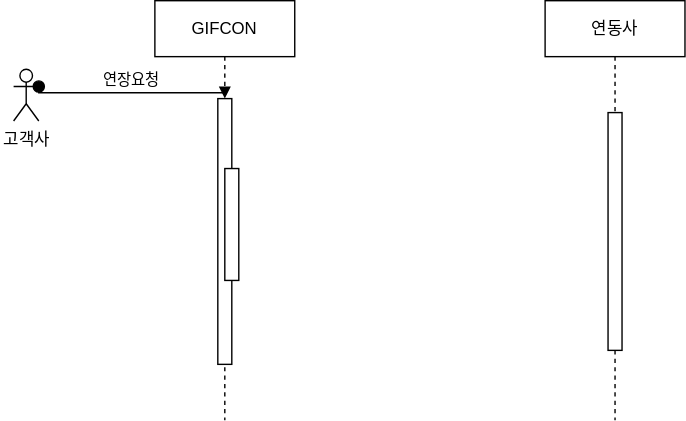
Earlier version of the draw.io export [중계]연장이력_시퀀스_다이어그램.drawio.svg (k3srpn/Architecture). Source tidied: cells renumbered, new cells last; positions are measured from the earlier drawing's top-left corner, leaving out a move shared by most shapes.
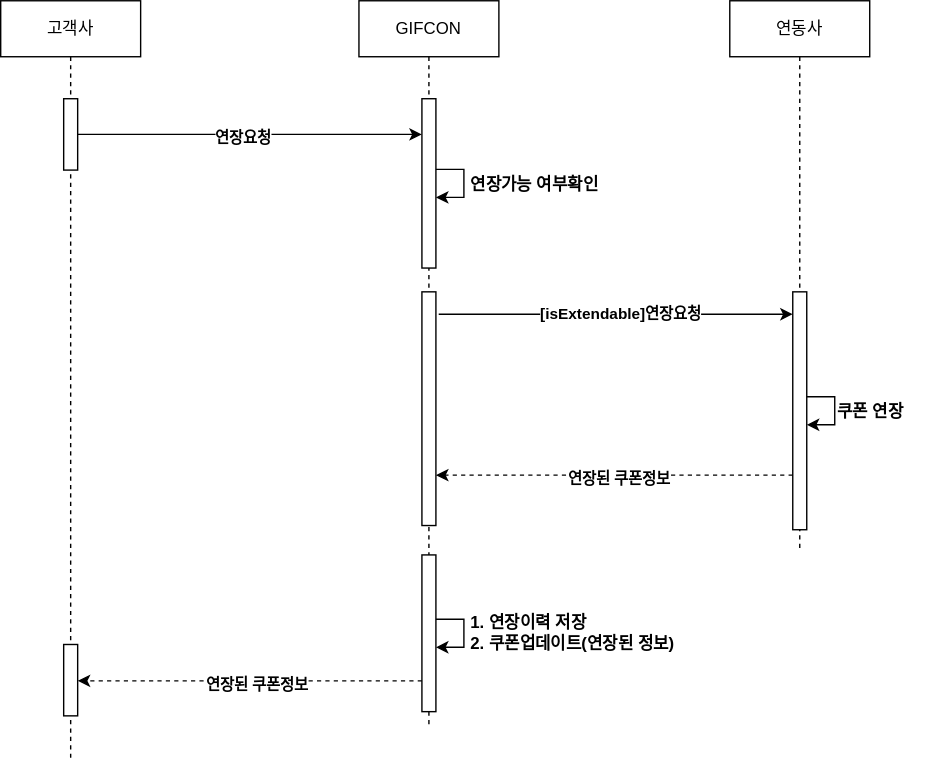
After the change.

Commit message:
[중계]연장이력_시퀀스_다이어그램.drawio.svg 업데이트

Diff of the diagram source:
```diff
@@ -3,25 +3,92 @@
     <mxCell id="0" />
     <mxCell id="1" parent="0" />
     <mxCell id="2" value="GIFCON" style="shape=umlLifeline;perimeter=lifelinePerimeter;whiteSpace=wrap;html=1;newEdgeStyle={&quot;edgeStyle&quot;:&quot;elbowEdgeStyle&quot;,&quot;elbow&quot;:&quot;vertical&quot;,&quot;curved&quot;:0,&quot;rounded&quot;:0};" parent="1" vertex="1">
-      <mxGeometry x="101" width="100" height="300" as="geometry" />
+      <mxGeometry x="121" y="-23" width="100" height="518" as="geometry" />
     </mxCell>
     <mxCell id="3" style="html=1;points=[];perimeter=orthogonalPerimeter;outlineConnect=0;targetShapes=umlLifeline;portConstraint=eastwest;newEdgeStyle={&quot;edgeStyle&quot;:&quot;elbowEdgeStyle&quot;,&quot;elbow&quot;:&quot;vertical&quot;,&quot;curved&quot;:0,&quot;rounded&quot;:0};" parent="2" vertex="1">
-      <mxGeometry x="45" y="70" width="10" height="190" as="geometry" />
+      <mxGeometry x="45" y="70" width="10" height="121" as="geometry" />
     </mxCell>
     <mxCell id="4" style="html=1;points=[];perimeter=orthogonalPerimeter;outlineConnect=0;targetShapes=umlLifeline;portConstraint=eastwest;newEdgeStyle={&quot;edgeStyle&quot;:&quot;elbowEdgeStyle&quot;,&quot;elbow&quot;:&quot;vertical&quot;,&quot;curved&quot;:0,&quot;rounded&quot;:0};" parent="2" vertex="1">
-      <mxGeometry x="50" y="120" width="10" height="80" as="geometry" />
+      <mxGeometry x="45" y="208" width="10" height="167" as="geometry" />
     </mxCell>
+    <mxCell id="9" style="html=1;points=[];perimeter=orthogonalPerimeter;outlineConnect=0;targetShapes=umlLifeline;portConstraint=eastwest;newEdgeStyle={&quot;edgeStyle&quot;:&quot;elbowEdgeStyle&quot;,&quot;elbow&quot;:&quot;vertical&quot;,&quot;curved&quot;:0,&quot;rounded&quot;:0};" parent="2" vertex="1">
+      <mxGeometry x="45" y="396" width="10" height="112" as="geometry" />
+    </mxCell>
+    <mxCell id="10" style="endArrow=classic;html=1;rounded=0;" parent="2" edge="1" source="9" target="9">
+      <mxGeometry relative="1" as="geometry" />
+    </mxCell>
+    <mxCell id="11" style="endArrow=classic;html=1;rounded=0;" parent="2" edge="1" source="3" target="3">
+      <mxGeometry relative="1" as="geometry" />
+    </mxCell>
     <mxCell id="5" value="연동사" style="shape=umlLifeline;perimeter=lifelinePerimeter;whiteSpace=wrap;html=1;newEdgeStyle={&quot;edgeStyle&quot;:&quot;elbowEdgeStyle&quot;,&quot;elbow&quot;:&quot;vertical&quot;,&quot;curved&quot;:0,&quot;rounded&quot;:0};" parent="1" vertex="1">
-      <mxGeometry x="380" width="100" height="300" as="geometry" />
+      <mxGeometry x="386" y="-23" width="100" height="391" as="geometry" />
     </mxCell>
     <mxCell id="6" style="html=1;points=[];perimeter=orthogonalPerimeter;outlineConnect=0;targetShapes=umlLifeline;portConstraint=eastwest;newEdgeStyle={&quot;edgeStyle&quot;:&quot;elbowEdgeStyle&quot;,&quot;elbow&quot;:&quot;vertical&quot;,&quot;curved&quot;:0,&quot;rounded&quot;:0};" parent="5" vertex="1">
-      <mxGeometry x="45" y="80" width="10" height="170" as="geometry" />
+      <mxGeometry x="45" y="208" width="10" height="170" as="geometry" />
     </mxCell>
+    <mxCell id="12" style="endArrow=classic;html=1;rounded=0;" parent="5" edge="1" source="6" target="6">
+      <mxGeometry relative="1" as="geometry" />
+    </mxCell>
+    <mxCell id="13" style="endArrow=classic;html=1;rounded=0;" parent="1" edge="1">
+      <mxGeometry relative="1" as="geometry">
+        <mxPoint x="178" y="201" as="sourcePoint" />
+        <mxPoint x="431" y="201" as="targetPoint" />
+      </mxGeometry>
+    </mxCell>
+    <mxCell id="14" value="&lt;b&gt;[isExtendable]연장요청&lt;/b&gt;" style="edgeLabel;html=1;align=center;verticalAlign=middle;" parent="13" vertex="1">
+      <mxGeometry x="0.36" relative="1" as="geometry">
+        <mxPoint x="-42" y="-1" as="offset" />
+      </mxGeometry>
+    </mxCell>
+    <mxCell id="15" value="&lt;b&gt;연장가능 여부확인&lt;/b&gt;" style="text;html=1;align=left;verticalAlign=middle;strokeColor=none;fillColor=none;" parent="1" vertex="1">
+      <mxGeometry x="199" y="96" width="117" height="26" as="geometry" />
+    </mxCell>
-    <mxCell id="7" value="고객사" style="shape=umlActor;verticalLabelPosition=bottom;verticalAlign=top;html=1;outlineConnect=0;" parent="1" vertex="1">
-      <mxGeometry y="49" width="18" height="37" as="geometry" />
+    <mxCell id="7" value="고객사" style="shape=umlLifeline;perimeter=lifelinePerimeter;whiteSpace=wrap;html=1;outlineConnect=0;portConstraint=eastwest;newEdgeStyle={&quot;edgeStyle&quot;:&quot;elbowEdgeStyle&quot;,&quot;elbow&quot;:&quot;vertical&quot;,&quot;curved&quot;:0,&quot;rounded&quot;:0};" parent="1" vertex="1">
+      <mxGeometry x="-135" y="-23" width="100" height="541" as="geometry" />
     </mxCell>
+    <mxCell id="16" style="html=1;points=[];perimeter=orthogonalPerimeter;outlineConnect=0;targetShapes=umlLifeline;portConstraint=eastwest;newEdgeStyle={&quot;edgeStyle&quot;:&quot;elbowEdgeStyle&quot;,&quot;elbow&quot;:&quot;vertical&quot;,&quot;curved&quot;:0,&quot;rounded&quot;:0};" parent="7" vertex="1">
+      <mxGeometry x="45" y="70" width="10" height="51" as="geometry" />
+    </mxCell>
+    <mxCell id="17" style="html=1;points=[];perimeter=orthogonalPerimeter;outlineConnect=0;targetShapes=umlLifeline;portConstraint=eastwest;newEdgeStyle={&quot;edgeStyle&quot;:&quot;elbowEdgeStyle&quot;,&quot;elbow&quot;:&quot;vertical&quot;,&quot;curved&quot;:0,&quot;rounded&quot;:0};" parent="7" vertex="1">
+      <mxGeometry x="45" y="460" width="10" height="51" as="geometry" />
+    </mxCell>
+    <mxCell id="18" value="&lt;b&gt;쿠폰 연장&lt;/b&gt;" style="text;html=1;align=left;verticalAlign=middle;strokeColor=none;fillColor=none;" parent="1" vertex="1">
+      <mxGeometry x="461" y="258" width="69" height="26" as="geometry" />
+    </mxCell>
+    <mxCell id="19" style="endArrow=classic;html=1;rounded=0;dashed=1;" parent="1" edge="1" source="6" target="4">
+      <mxGeometry relative="1" as="geometry">
+        <Array as="points">
+          <mxPoint x="357" y="316" />
+        </Array>
+      </mxGeometry>
+    </mxCell>
+    <mxCell id="20" value="&lt;b&gt;연장된 쿠폰정보&lt;/b&gt;" style="edgeLabel;html=1;align=center;verticalAlign=middle;" parent="19" vertex="1">
+      <mxGeometry x="0.36" y="2" relative="1" as="geometry">
+        <mxPoint x="49" as="offset" />
+      </mxGeometry>
+    </mxCell>
+    <mxCell id="21" value="&lt;b&gt;1. 연장이력 저장&lt;br&gt;&lt;/b&gt;&lt;div style=&quot;&quot;&gt;&lt;span style=&quot;background-color: initial;&quot;&gt;&lt;b&gt;2. 쿠폰업데이트(연장된 정보)&lt;/b&gt;&lt;/span&gt;&lt;/div&gt;" style="text;html=1;align=left;verticalAlign=middle;strokeColor=none;fillColor=none;" parent="1" vertex="1">
+      <mxGeometry x="199" y="408" width="175" height="41" as="geometry" />
+    </mxCell>
+    <mxCell id="22" style="endArrow=classic;html=1;rounded=0;dashed=1;" parent="1" edge="1" source="9" target="17">
+      <mxGeometry relative="1" as="geometry">
+        <Array as="points">
+          <mxPoint x="94" y="463" />
+        </Array>
+      </mxGeometry>
+    </mxCell>
+    <mxCell id="23" value="&lt;b&gt;연장된 쿠폰정보&lt;/b&gt;" style="edgeLabel;html=1;align=center;verticalAlign=middle;" parent="22" vertex="1">
+      <mxGeometry x="0.36" y="2" relative="1" as="geometry">
+        <mxPoint x="49" as="offset" />
+      </mxGeometry>
+    </mxCell>
+    <mxCell id="24" style="endArrow=classic;html=1;rounded=0;" parent="1" edge="1" source="16" target="3">
+      <mxGeometry relative="1" as="geometry" />
+    </mxCell>
-    <mxCell id="8" value="연장요청" style="html=1;verticalAlign=bottom;startArrow=oval;endArrow=block;startSize=8;edgeStyle=elbowEdgeStyle;elbow=vertical;curved=0;rounded=0;exitX=1;exitY=0.3333333333333333;exitDx=0;exitDy=0;exitPerimeter=0;" parent="1" edge="1" source="7" target="3">
-      <mxGeometry relative="1" as="geometry" />
+    <mxCell id="8" value="&lt;b&gt;연장요청&lt;/b&gt;" style="edgeLabel;html=1;align=center;verticalAlign=middle;" parent="24" vertex="1">
+      <mxGeometry x="0.28" y="-2" relative="1" as="geometry">
+        <mxPoint x="-39" as="offset" />
+      </mxGeometry>
     </mxCell>
   </root>
 </mxGraphModel>
```
